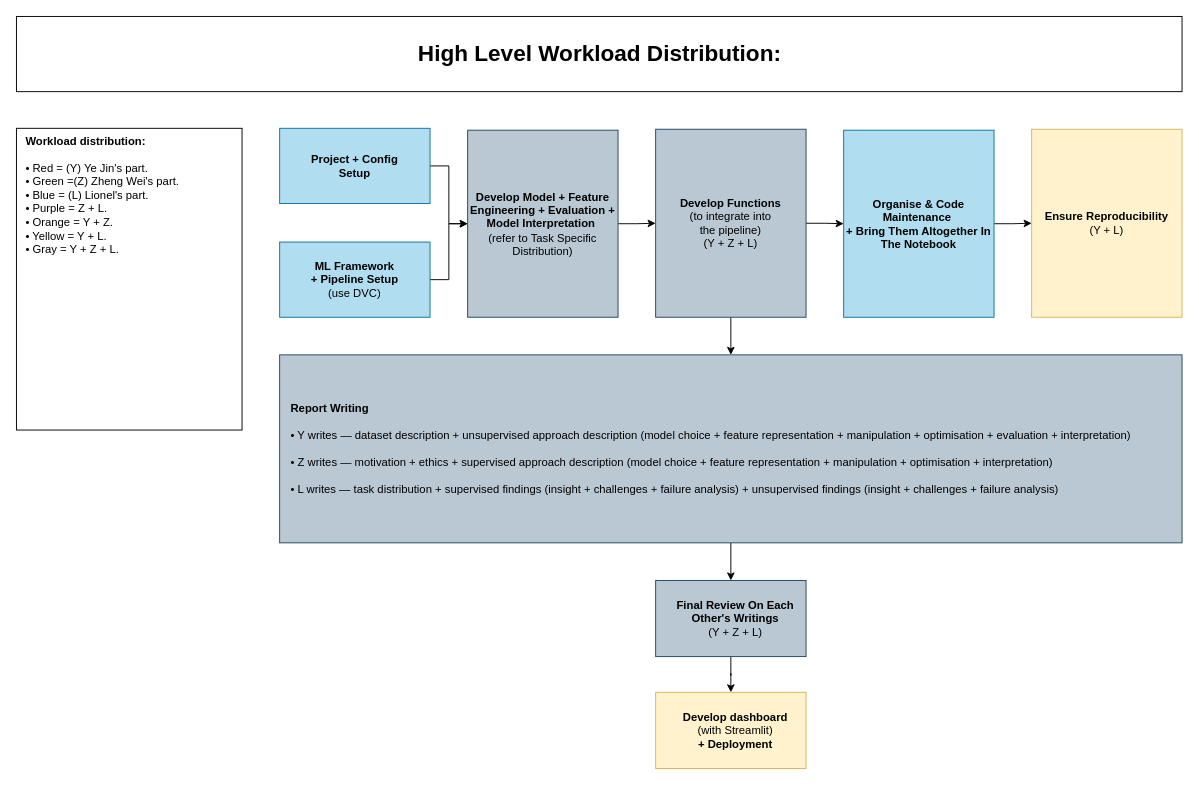
lioneltayyd/MADS-M2-estimating-news-impact-on-financial-market keeps this draw.io diagram as page "high-level-workload" (4 of 6) of docs/flowchart/processing_flowchart.drawio. Above is the earlier version. Source tidied: cells renumbered, new cells numbered last; positions are measured from the earlier drawing's top-left corner, leaving out a move shared by most shapes. Both pictures are drawn from the tidied source at 94%, with x=0, y=0 at pixel (16, 16).
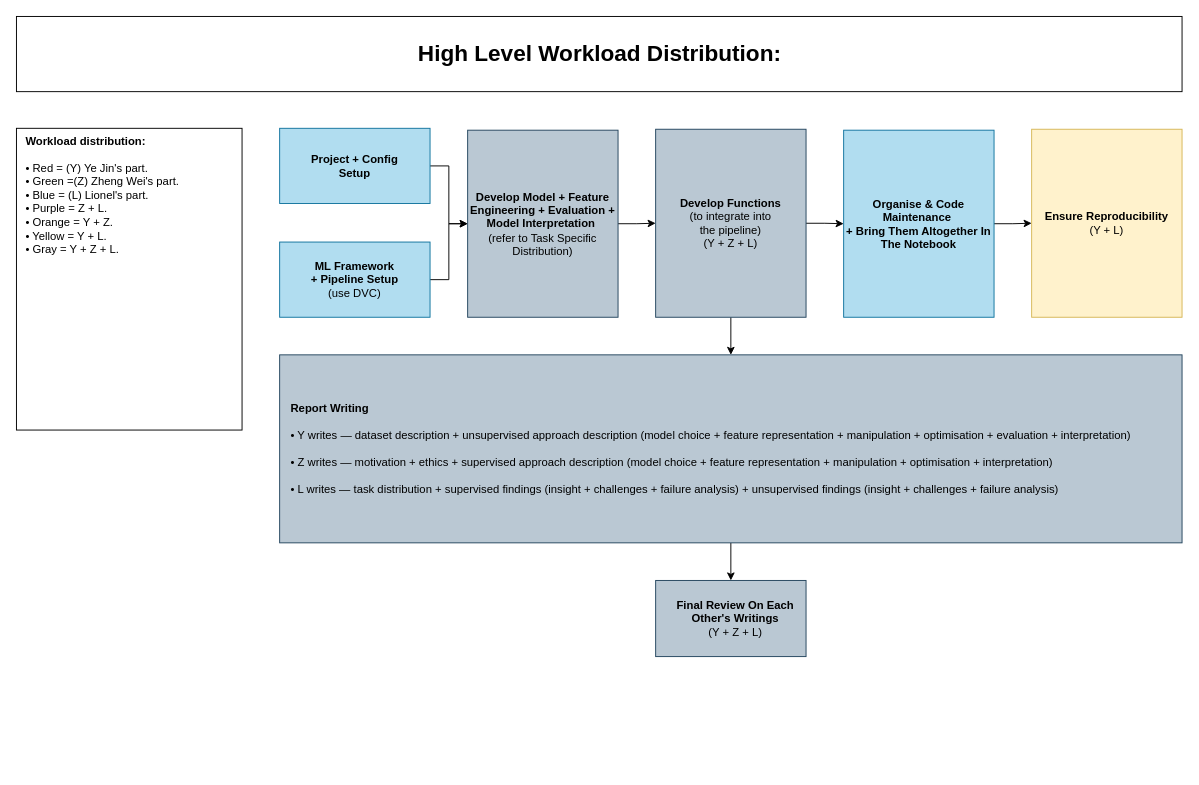
After the change.

The change refers to these unchanged cells:
```xml
<mxCell id="7" value="&lt;b&gt;Final Review On Each Other's Writings &lt;br&gt;&lt;/b&gt;(Y + Z + L)" style="rounded=0;whiteSpace=wrap;html=1;fillColor=#bac8d3;strokeColor=#23445d;align=center;spacingLeft=10;" parent="1" vertex="1">
  <mxGeometry x="680" y="600" width="160" height="81" as="geometry" />
</mxCell>
```

Change to the diagram source:
```diff
@@
-    <mxCell id="6" style="edgeStyle=orthogonalEdgeStyle;rounded=0;jettySize=auto;html=1;" parent="1" edge="1" source="7" target="19">
-      <mxGeometry relative="1" as="geometry" />
-    </mxCell>
@@
-    <mxCell id="19" value="&lt;b&gt;Develop dashboard &lt;br&gt;&lt;/b&gt;(with Streamlit)&lt;b&gt; &lt;br&gt;+ Deployment&lt;/b&gt;" style="rounded=0;whiteSpace=wrap;html=1;fillColor=#fff2cc;strokeColor=#d6b656;align=center;spacingLeft=10;" parent="1" vertex="1">
-      <mxGeometry x="680" y="719" width="160" height="81" as="geometry" />
-    </mxCell>
```
